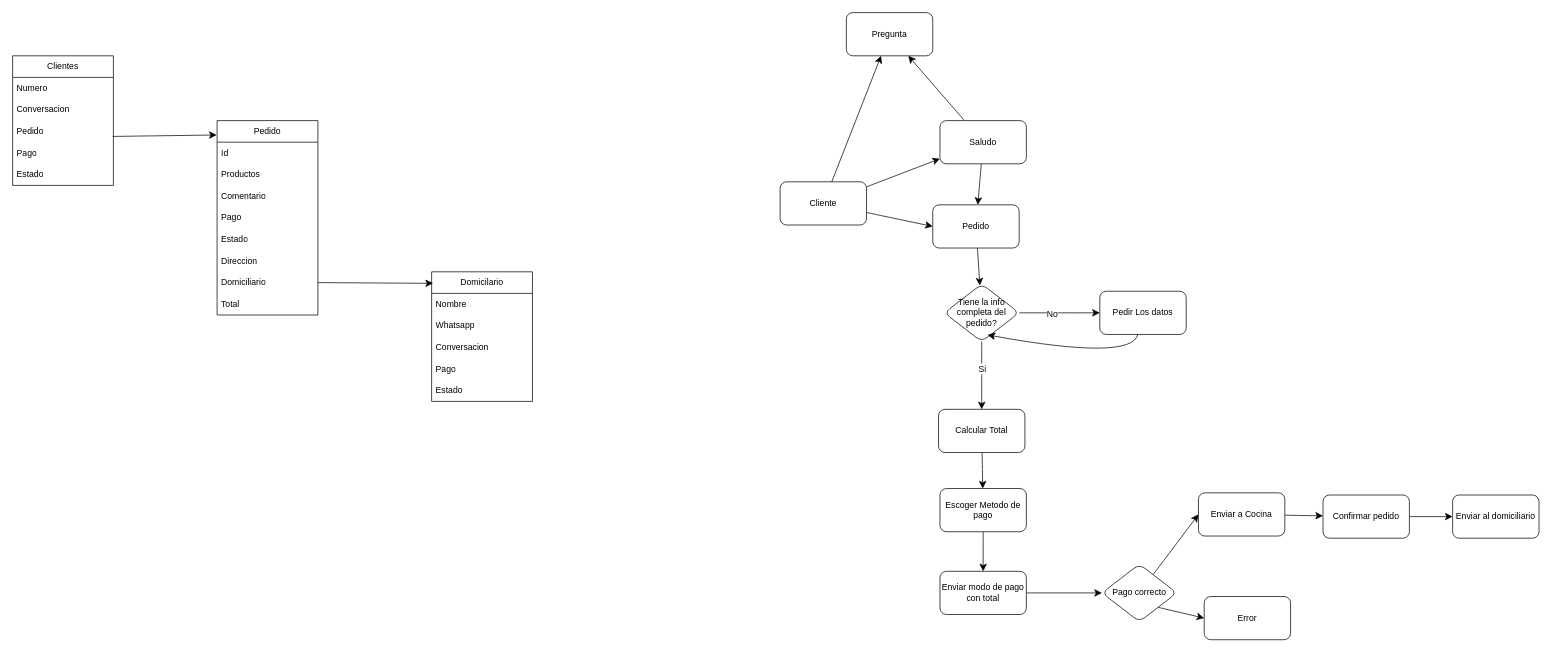
The draw.io diagram DomiciliosAgente.drawio in luigy23/Diagramas-drawio, before the edit. Source tidied: cells renumbered, new cells numbered last; positions are measured from the earlier drawing's top-left corner, leaving out a move shared by most shapes. Both pictures are drawn from the tidied source at 72%, with x=0, y=0 at pixel (12, 12).
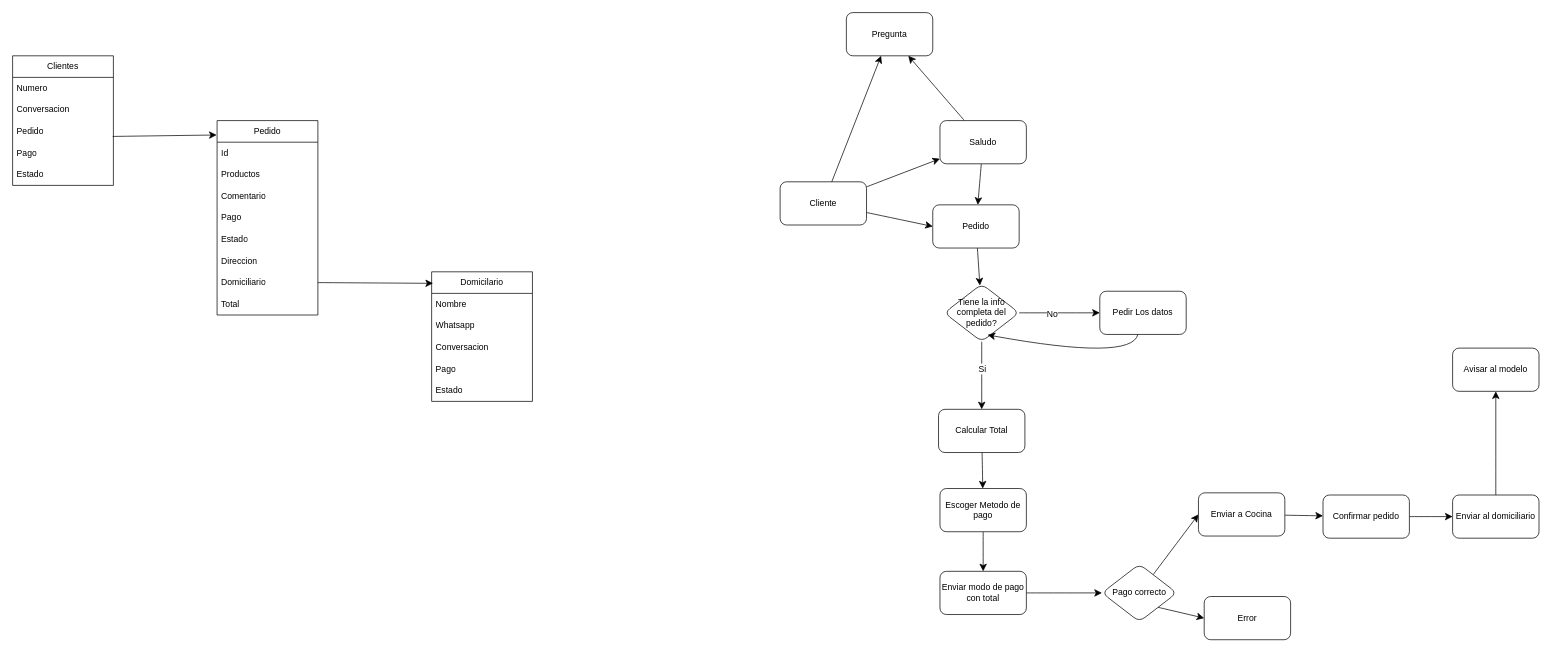
After the change.

The change refers to these unchanged cells:
```xml
<mxCell id="56" value="Enviar al domiciliario" style="whiteSpace=wrap;html=1;rounded=1;" parent="1" vertex="1">
  <mxGeometry x="2000" y="670" width="120" height="60" as="geometry" />
</mxCell>
```

What changed in the source:
```diff
@@
+    <mxCell id="57" style="edgeStyle=none;curved=1;rounded=0;jettySize=auto;html=1;fontSize=12;startSize=8;endSize=8;" parent="1" edge="1" source="56" target="58">
+      <mxGeometry relative="1" as="geometry" />
+    </mxCell>
@@
+    <mxCell id="58" value="Avisar al modelo" style="whiteSpace=wrap;html=1;rounded=1;" parent="1" vertex="1">
+      <mxGeometry x="2000" y="466" width="120" height="60" as="geometry" />
+    </mxCell>
```
